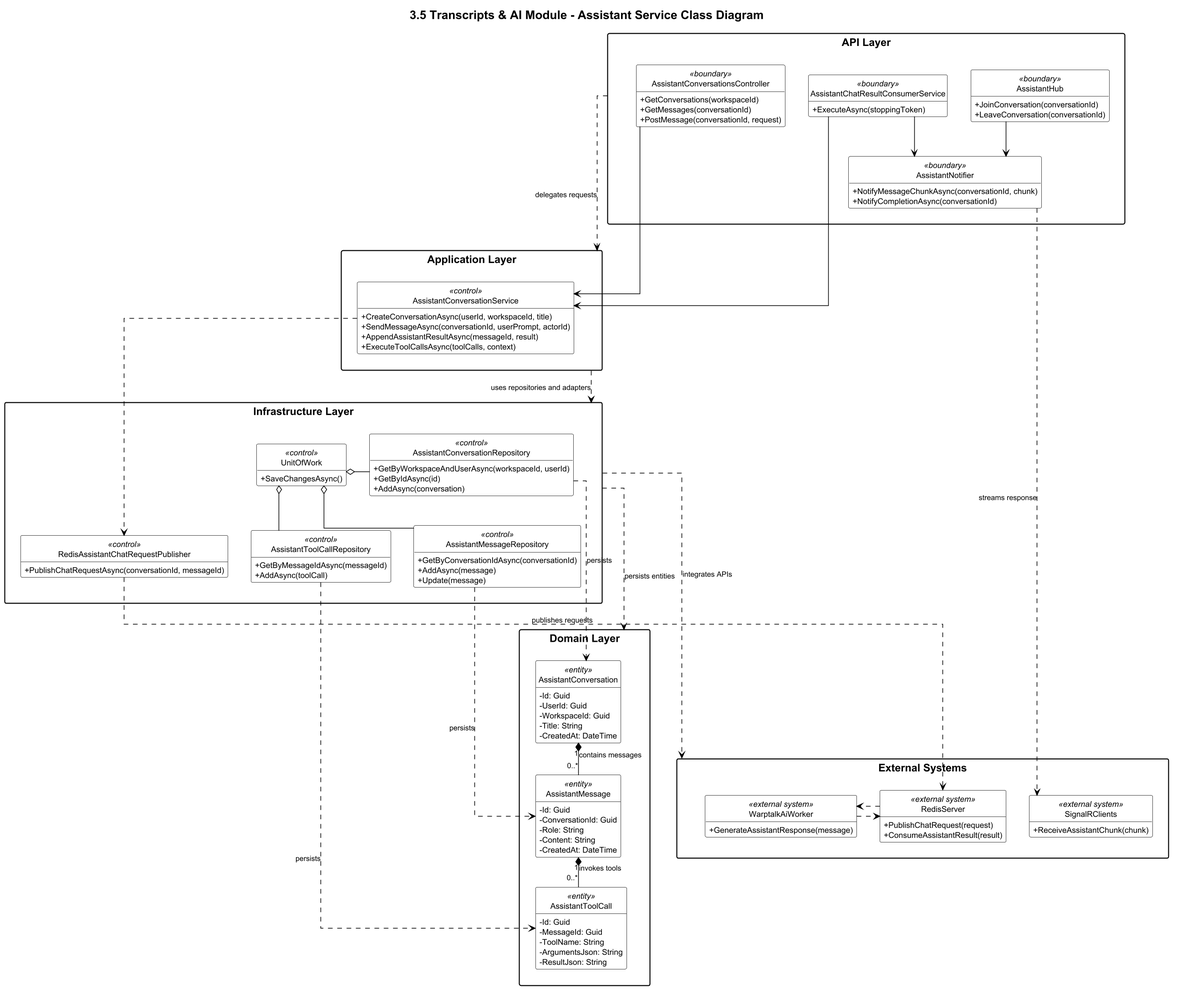
This is .agents/resources/class diagram/assistant/assistant-class-diagram.png from WarpTalk-CapstoneProject/warptalk-backend, a PlantUML export, as it was before one commit.
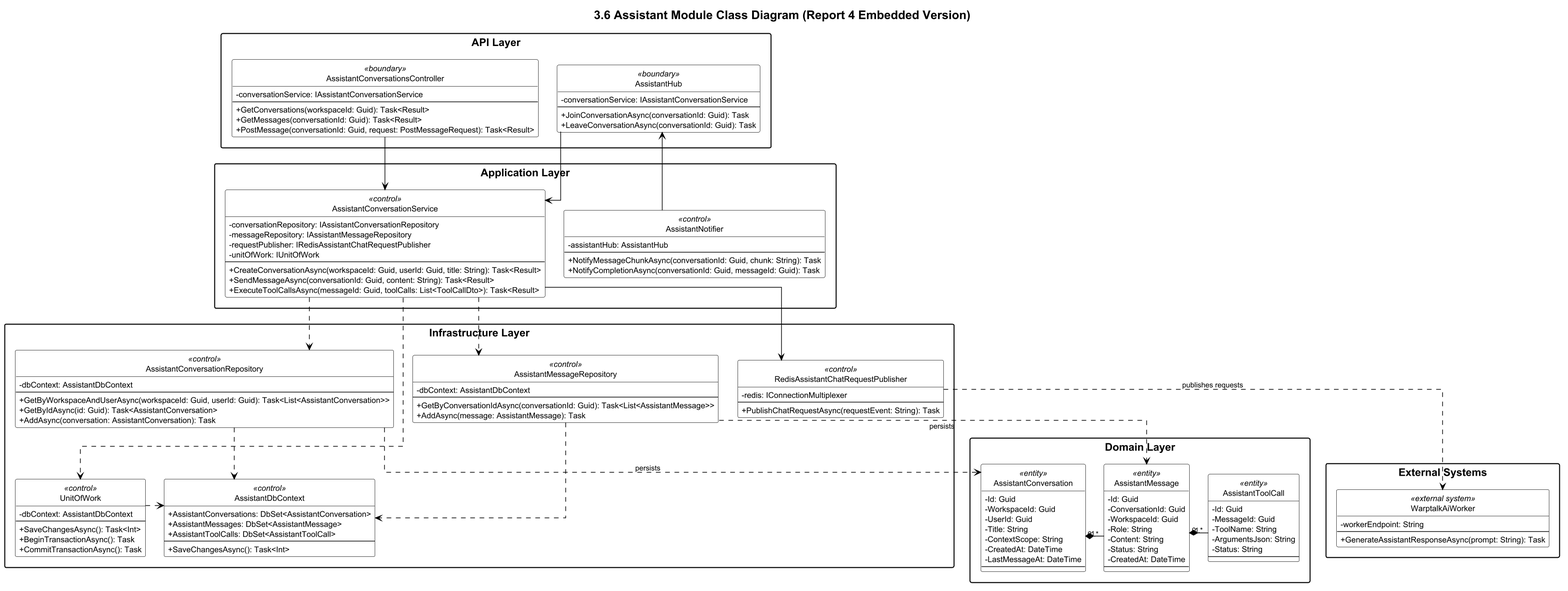
Later version of the same file.

The edit, as a diff of the source:
```diff
@@ -1,22 +1,22 @@
 @startuml
-title 3.5 Transcripts & AI Module - Assistant Service Class Diagram
+title 3.6 Assistant Module Class Diagram (Report 4 Embedded Version)
 
 top to bottom direction
 hide circle
-hide empty members
 
 skinparam monochrome true
 skinparam shadowing false
 skinparam classAttributeIconSize 0
 skinparam linetype ortho
-skinparam nodesep 35
-skinparam ranksep 45
 skinparam dpi 140
+skinparam titleFontSize 18
+skinparam packageFontSize 16
 skinparam classFontSize 14
 skinparam classAttributeFontSize 12
-skinparam packageFontSize 16
-skinparam titleFontSize 18
 skinparam ArrowFontSize 11
+skinparam nodesep 28
+skinparam ranksep 36
+skinparam packageTitleAlignment left
 skinparam packageStyle rectangle
 skinparam packageBackgroundColor White
 skinparam packageBorderColor Black
@@ -26,145 +26,153 @@
 
 package "API Layer" as ApiLayer {
   class AssistantConversationsController <<boundary>> {
-    +GetConversations(workspaceId)
-    +GetMessages(conversationId)
-    +PostMessage(conversationId, request)
+    - conversationService: IAssistantConversationService
+    --
+    + GetConversations(workspaceId: Guid): Task<Result>
+    + GetMessages(conversationId: Guid): Task<Result>
+    + PostMessage(conversationId: Guid, request: PostMessageRequest): Task<Result>
   }
 
   class AssistantHub <<boundary>> {
-    +JoinConversation(conversationId)
-    +LeaveConversation(conversationId)
-  }
-
-  class AssistantChatResultConsumerService <<boundary>> {
-    +ExecuteAsync(stoppingToken)
-  }
-
-  class AssistantNotifier <<boundary>> {
-    +NotifyMessageChunkAsync(conversationId, chunk)
-    +NotifyCompletionAsync(conversationId)
+    - conversationService: IAssistantConversationService
+    --
+    + JoinConversationAsync(conversationId: Guid): Task
+    + LeaveConversationAsync(conversationId: Guid): Task
   }
 
   AssistantConversationsController -[hidden]right- AssistantHub
-  AssistantHub -[hidden]right- AssistantChatResultConsumerService
-  AssistantConversationsController -[hidden]down- AssistantNotifier
 }
 
 package "Application Layer" as ApplicationLayer {
   class AssistantConversationService <<control>> {
-    +CreateConversationAsync(userId, workspaceId, title)
-    +SendMessageAsync(conversationId, userPrompt, actorId)
-    +AppendAssistantResultAsync(messageId, result)
-    +ExecuteToolCallsAsync(toolCalls, context)
+    - conversationRepository: IAssistantConversationRepository
+    - messageRepository: IAssistantMessageRepository
+    - requestPublisher: IRedisAssistantChatRequestPublisher
+    - unitOfWork: IUnitOfWork
+    --
+    + CreateConversationAsync(workspaceId: Guid, userId: Guid, title: String): Task<Result>
+    + SendMessageAsync(conversationId: Guid, content: String): Task<Result>
+    + ExecuteToolCallsAsync(messageId: Guid, toolCalls: List<ToolCallDto>): Task<Result>
   }
+
+  class AssistantNotifier <<control>> {
+    - assistantHub: AssistantHub
+    --
+    + NotifyMessageChunkAsync(conversationId: Guid, chunk: String): Task
+    + NotifyCompletionAsync(conversationId: Guid, messageId: Guid): Task
+  }
+
+  AssistantConversationService -[hidden]right- AssistantNotifier
 }
 
 package "Infrastructure Layer" as InfrastructureLayer {
+  class AssistantDbContext <<control>> {
+    + AssistantConversations: DbSet<AssistantConversation>
+    + AssistantMessages: DbSet<AssistantMessage>
+    + AssistantToolCalls: DbSet<AssistantToolCall>
+    --
+    + SaveChangesAsync(): Task<Int>
+  }
+
   class UnitOfWork <<control>> {
-    +SaveChangesAsync()
+    - dbContext: AssistantDbContext
+    --
+    + SaveChangesAsync(): Task<Int>
+    + BeginTransactionAsync(): Task
+    + CommitTransactionAsync(): Task
   }
 
   class AssistantConversationRepository <<control>> {
-    +GetByWorkspaceAndUserAsync(workspaceId, userId)
-    +GetByIdAsync(id)
-    +AddAsync(conversation)
+    - dbContext: AssistantDbContext
+    --
+    + GetByWorkspaceAndUserAsync(workspaceId: Guid, userId: Guid): Task<List<AssistantConversation>>
+    + GetByIdAsync(id: Guid): Task<AssistantConversation>
+    + AddAsync(conversation: AssistantConversation): Task
   }
 
   class AssistantMessageRepository <<control>> {
-    +GetByConversationIdAsync(conversationId)
-    +AddAsync(message)
-    +Update(message)
-  }
-
-  class AssistantToolCallRepository <<control>> {
-    +GetByMessageIdAsync(messageId)
-    +AddAsync(toolCall)
+    - dbContext: AssistantDbContext
+    --
+    + GetByConversationIdAsync(conversationId: Guid): Task<List<AssistantMessage>>
+    + AddAsync(message: AssistantMessage): Task
   }
 
   class RedisAssistantChatRequestPublisher <<control>> {
-    +PublishChatRequestAsync(conversationId, messageId)
+    - redis: IConnectionMultiplexer
+    --
+    + PublishChatRequestAsync(requestEvent: String): Task
   }
 
-  UnitOfWork -[hidden]right- AssistantConversationRepository
   AssistantConversationRepository -[hidden]right- AssistantMessageRepository
-  UnitOfWork -[hidden]down- AssistantToolCallRepository
-  AssistantToolCallRepository -[hidden]right- RedisAssistantChatRequestPublisher
-
-  UnitOfWork o-- AssistantConversationRepository
-  UnitOfWork o-- AssistantMessageRepository
-  UnitOfWork o-- AssistantToolCallRepository
+  AssistantMessageRepository -[hidden]right- RedisAssistantChatRequestPublisher
+  AssistantDbContext -[hidden]right- UnitOfWork
+  AssistantConversationRepository -[hidden]down- AssistantDbContext
 }
 
 package "Domain Layer" as DomainLayer {
   class AssistantConversation <<entity>> {
-    -Id: Guid
-    -UserId: Guid
-    -WorkspaceId: Guid
-    -Title: String
-    -CreatedAt: DateTime
+    - Id: Guid
+    - WorkspaceId: Guid
+    - UserId: Guid
+    - Title: String
+    - ContextScope: String
+    - CreatedAt: DateTime
+    - LastMessageAt: DateTime
+    --
   }
 
   class AssistantMessage <<entity>> {
-    -Id: Guid
-    -ConversationId: Guid
-    -Role: String
-    -Content: String
-    -CreatedAt: DateTime
+    - Id: Guid
+    - ConversationId: Guid
+    - WorkspaceId: Guid
+    - Role: String
+    - Content: String
+    - Status: String
+    - CreatedAt: DateTime
+    --
   }
 
   class AssistantToolCall <<entity>> {
-    -Id: Guid
-    -MessageId: Guid
-    -ToolName: String
-    -ArgumentsJson: String
-    -ResultJson: String
+    - Id: Guid
+    - MessageId: Guid
+    - ToolName: String
+    - ArgumentsJson: String
+    - Status: String
+    --
   }
 
-  AssistantConversation "1" *-- "0..*" AssistantMessage : contains messages
-  AssistantMessage "1" *-- "0..*" AssistantToolCall : invokes tools
+  AssistantConversation -[hidden]right- AssistantMessage
+  AssistantMessage -[hidden]right- AssistantToolCall
 }
 
 package "External Systems" as ExternalSystems {
-  class RedisServer <<external system>> {
-    +PublishChatRequest(request)
-    +ConsumeAssistantResult(result)
+  class WarptalkAiWorker <<external system>> {
+    - workerEndpoint: String
+    --
+    + GenerateAssistantResponseAsync(prompt: String): Task
   }
-
-  class WarptalkAiWorker <<external system>> {
-    +GenerateAssistantResponse(message)
-  }
-
-  class SignalRClients <<external system>> {
-    +ReceiveAssistantChunk(chunk)
-  }
-
-  RedisServer -[hidden]right- WarptalkAiWorker
-  WarptalkAiWorker -[hidden]right- SignalRClients
 }
 
 AssistantConversationsController --> AssistantConversationService
-AssistantHub --> AssistantNotifier
-AssistantChatResultConsumerService --> AssistantConversationService
-AssistantChatResultConsumerService --> AssistantNotifier
+AssistantHub --> AssistantConversationService
 
-AssistantConversationService ..> RedisAssistantChatRequestPublisher
+AssistantConversationService ..> AssistantConversationRepository
+AssistantConversationService ..> AssistantMessageRepository
+AssistantConversationService ..> UnitOfWork
+AssistantConversationService --> RedisAssistantChatRequestPublisher
+
+AssistantNotifier --> AssistantHub
+
+AssistantConversationRepository ..> AssistantDbContext
+AssistantMessageRepository ..> AssistantDbContext
+UnitOfWork ..> AssistantDbContext
 
 AssistantConversationRepository ..> AssistantConversation : persists
 AssistantMessageRepository ..> AssistantMessage : persists
-AssistantToolCallRepository ..> AssistantToolCall : persists
 
-RedisAssistantChatRequestPublisher ..> RedisServer : publishes requests
-RedisServer ..> WarptalkAiWorker
-WarptalkAiWorker ..> RedisServer
-AssistantNotifier ..> SignalRClients : streams response
+RedisAssistantChatRequestPublisher ..> WarptalkAiWorker : publishes requests
 
-ApiLayer -[hidden]down- ApplicationLayer
-ApplicationLayer -[hidden]down- InfrastructureLayer
-InfrastructureLayer -[hidden]down- DomainLayer
-DomainLayer -[hidden]down- ExternalSystems
+AssistantConversation "1" *-- "0..*" AssistantMessage
+AssistantMessage "1" *-- "0..*" AssistantToolCall
 
-ApiLayer -down..> ApplicationLayer : delegates requests
-ApplicationLayer -down..> InfrastructureLayer : uses repositories and adapters
-InfrastructureLayer -down..> DomainLayer : persists entities
-InfrastructureLayer -down..> ExternalSystems : integrates APIs
 @enduml
```
